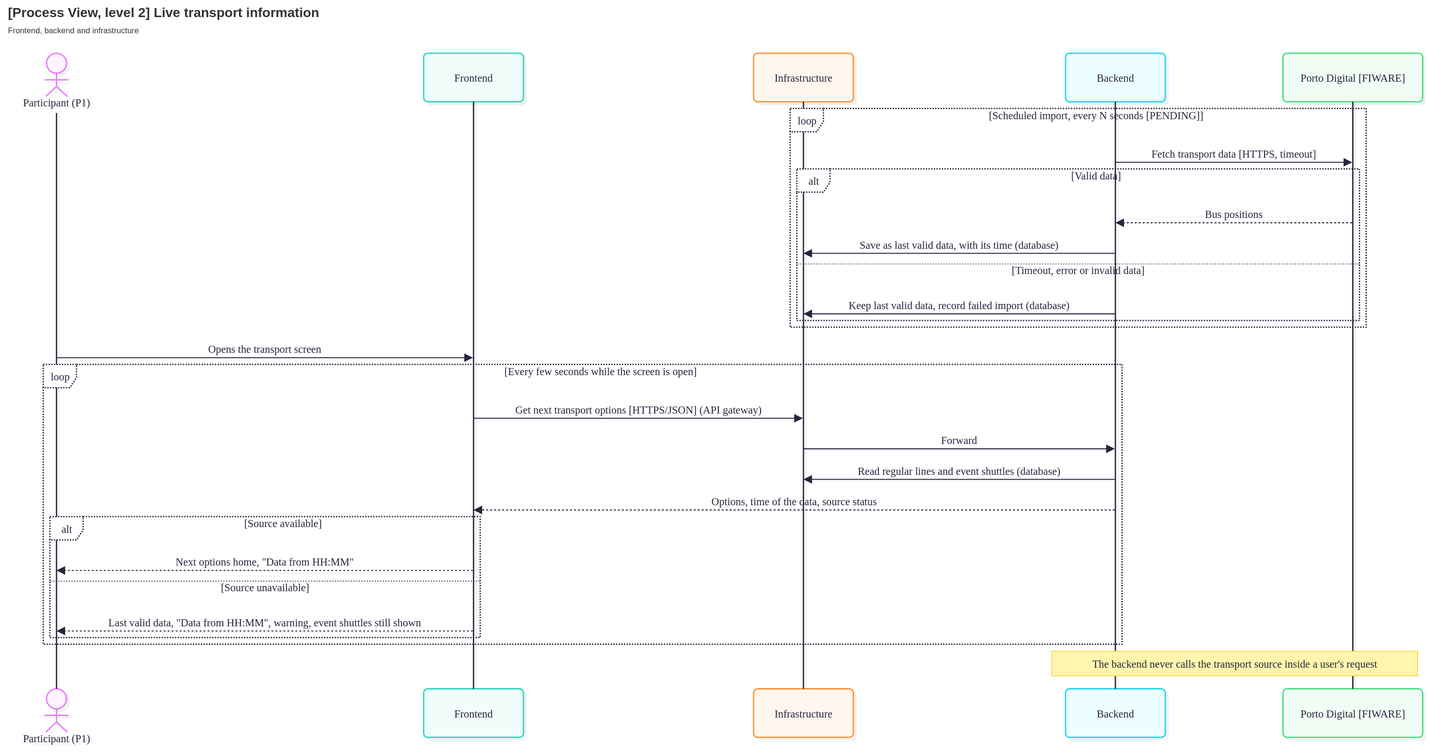
The draw.io diagram Docs/Technical/diagrams/process-view-level-2-transports.drawio.svg in tomasoliveira21/LABDSOF, before a commit. Source tidied: cells renumbered, new cells last; positions are measured from the earlier drawing's top-left corner, leaving out a move shared by most shapes.
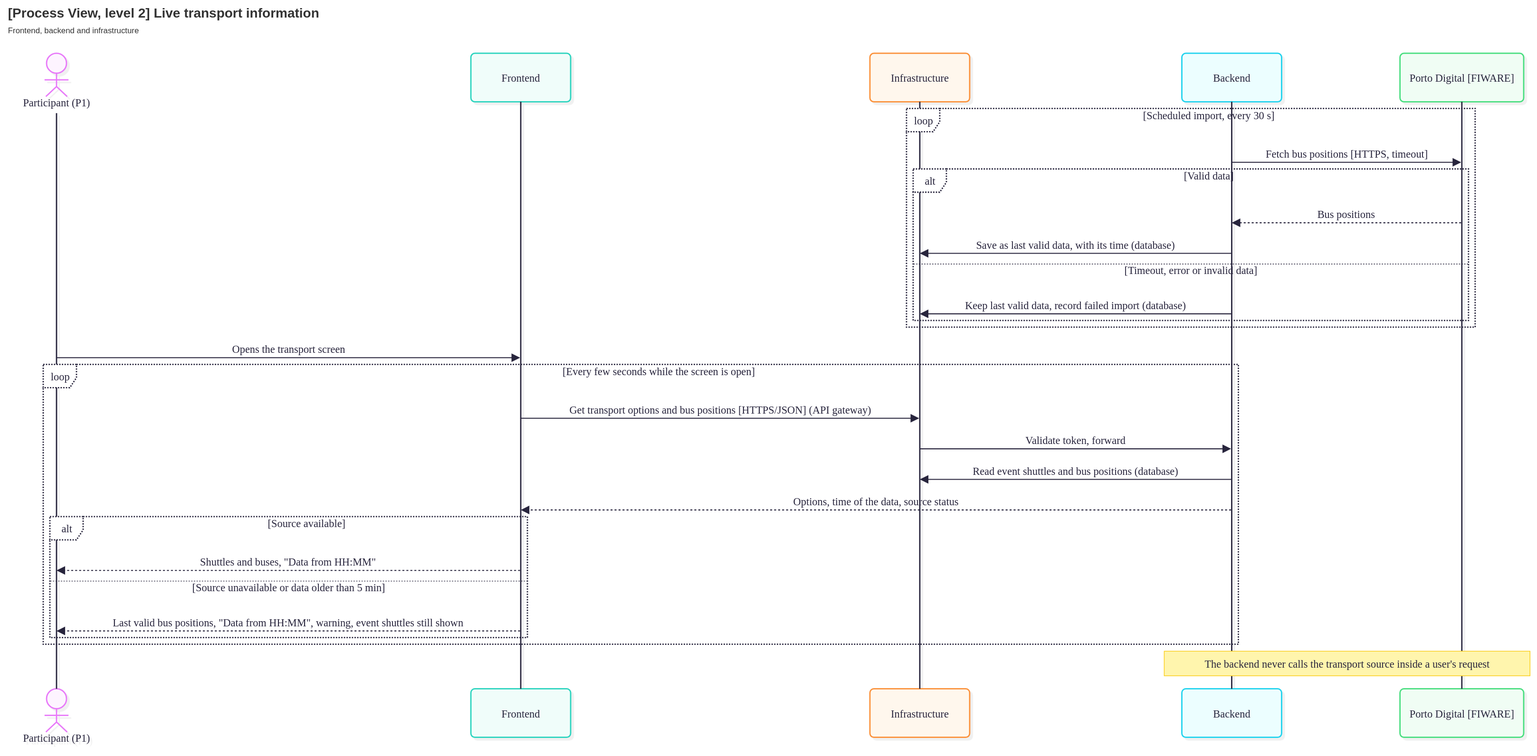
Later version of the same file.

The edit, as a diff of the source:
```diff
@@ -9,132 +9,132 @@
       <mxGeometry width="150" height="1046" as="geometry" />
     </mxCell>
     <mxCell id="4" value="Frontend" style="html=1;shape=umlLifeline;perimeter=lifelinePerimeter;whiteSpace=wrap;outlineConnect=0;portConstraint=eastwest;newEdgeStyle={&quot;edgeStyle&quot;:&quot;sequenceEdgeStyle&quot;,&quot;libavoidRouting&quot;:0,&quot;curved&quot;:0,&quot;rounded&quot;:0};lifelineDashed=0;strokeWidth=2;rounded=1;absoluteArcSize=1;arcSize=12;lifelineColor=#28253D;fillColor=#F0FDFA;strokeColor=#2DD4BF;fontColor=#28253D;size=73;lifelineMirror=1;fontFamily=Recursive;fontSize=16;shadow=1;shadowColor=#000000;shadowOffsetX=4;shadowOffsetY=4;shadowBlur=0;shadowOpacity=6;fontSource=https%3A%2F%2Ffonts.googleapis.com%2Fcss%3Ffamily%3DRecursive;" parent="2" vertex="1">
-      <mxGeometry x="627" width="150" height="1029" as="geometry" />
+      <mxGeometry x="698" width="150" height="1029" as="geometry" />
     </mxCell>
     <mxCell id="5" value="Infrastructure" style="html=1;shape=umlLifeline;perimeter=lifelinePerimeter;whiteSpace=wrap;outlineConnect=0;portConstraint=eastwest;newEdgeStyle={&quot;edgeStyle&quot;:&quot;sequenceEdgeStyle&quot;,&quot;libavoidRouting&quot;:0,&quot;curved&quot;:0,&quot;rounded&quot;:0};lifelineDashed=0;strokeWidth=2;rounded=1;absoluteArcSize=1;arcSize=12;lifelineColor=#28253D;fillColor=#FFF7ED;strokeColor=#FB923C;fontColor=#28253D;size=73;lifelineMirror=1;fontFamily=Recursive;fontSize=16;shadow=1;shadowColor=#000000;shadowOffsetX=4;shadowOffsetY=4;shadowBlur=0;shadowOpacity=6;fontSource=https%3A%2F%2Ffonts.googleapis.com%2Fcss%3Ffamily%3DRecursive;" parent="2" vertex="1">
-      <mxGeometry x="1123" width="150" height="1029" as="geometry" />
+      <mxGeometry x="1298" width="150" height="1029" as="geometry" />
     </mxCell>
     <mxCell id="6" value="Backend" style="html=1;shape=umlLifeline;perimeter=lifelinePerimeter;whiteSpace=wrap;outlineConnect=0;portConstraint=eastwest;newEdgeStyle={&quot;edgeStyle&quot;:&quot;sequenceEdgeStyle&quot;,&quot;libavoidRouting&quot;:0,&quot;curved&quot;:0,&quot;rounded&quot;:0};lifelineDashed=0;strokeWidth=2;rounded=1;absoluteArcSize=1;arcSize=12;lifelineColor=#28253D;fillColor=#ECFEFF;strokeColor=#22D3EE;fontColor=#28253D;size=73;lifelineMirror=1;fontFamily=Recursive;fontSize=16;shadow=1;shadowColor=#000000;shadowOffsetX=4;shadowOffsetY=4;shadowBlur=0;shadowOpacity=6;fontSource=https%3A%2F%2Ffonts.googleapis.com%2Fcss%3Ffamily%3DRecursive;" parent="2" vertex="1">
-      <mxGeometry x="1592" width="150" height="1029" as="geometry" />
+      <mxGeometry x="1767" width="150" height="1029" as="geometry" />
     </mxCell>
     <mxCell id="7" value="Porto Digital [FIWARE]" style="html=1;shape=umlLifeline;perimeter=lifelinePerimeter;whiteSpace=wrap;outlineConnect=0;portConstraint=eastwest;newEdgeStyle={&quot;edgeStyle&quot;:&quot;sequenceEdgeStyle&quot;,&quot;libavoidRouting&quot;:0,&quot;curved&quot;:0,&quot;rounded&quot;:0};lifelineDashed=0;strokeWidth=2;rounded=1;absoluteArcSize=1;arcSize=12;lifelineColor=#28253D;fillColor=#F0FDF4;strokeColor=#4ADE80;fontColor=#28253D;size=73;lifelineMirror=1;fontFamily=Recursive;fontSize=16;shadow=1;shadowColor=#000000;shadowOffsetX=4;shadowOffsetY=4;shadowBlur=0;shadowOpacity=6;fontSource=https%3A%2F%2Ffonts.googleapis.com%2Fcss%3Ffamily%3DRecursive;" parent="2" vertex="1">
-      <mxGeometry x="1919" width="210" height="1029" as="geometry" />
+      <mxGeometry x="2095" width="186" height="1029" as="geometry" />
     </mxCell>
     <mxCell id="8" value="loop" style="html=1;shape=umlFrame;dashed=1;fixDash=1;dashPattern=2 2;strokeWidth=2;fillColor=#ffffff;strokeColor=#28253D;fontSize=16;align=center;verticalAlign=middle;fontFamily=Recursive;fontColor=#28253D;height=35;width=50;fontSource=https%3A%2F%2Ffonts.googleapis.com%2Fcss%3Ffamily%3DRecursive;" parent="2" vertex="1">
-      <mxGeometry x="1178" y="83" width="866" height="329" as="geometry" />
+      <mxGeometry x="1353" y="83" width="855" height="329" as="geometry" />
     </mxCell>
-    <mxCell id="9" value="[Scheduled import, every N seconds [PENDING]]" style="text;strokeColor=none;fillColor=none;align=center;verticalAlign=middle;whiteSpace=wrap;fontSize=16;fontFamily=Recursive;fontColor=#28253D;fontSource=https%3A%2F%2Ffonts.googleapis.com%2Fcss%3Ffamily%3DRecursive;" parent="8" vertex="1">
-      <mxGeometry x="54" y="2" width="812" height="16" as="geometry" />
+    <mxCell id="9" value="[Scheduled import, every 30 s]" style="text;strokeColor=none;fillColor=none;align=center;verticalAlign=middle;whiteSpace=wrap;fontSize=16;fontFamily=Recursive;fontColor=#28253D;fontSource=https%3A%2F%2Ffonts.googleapis.com%2Fcss%3Ffamily%3DRecursive;" parent="8" vertex="1">
+      <mxGeometry x="54" y="2" width="801" height="16" as="geometry" />
     </mxCell>
     <mxCell id="10" value="alt" style="html=1;shape=umlFrame;dashed=1;fixDash=1;dashPattern=2 2;strokeWidth=2;fillColor=#ffffff;strokeColor=#28253D;fontSize=16;align=center;verticalAlign=middle;fontFamily=Recursive;fontColor=#28253D;height=35;width=50;fontSource=https%3A%2F%2Ffonts.googleapis.com%2Fcss%3Ffamily%3DRecursive;" parent="2" vertex="1">
-      <mxGeometry x="1188" y="174" width="846" height="228" as="geometry" />
+      <mxGeometry x="1363" y="174" width="835" height="228" as="geometry" />
     </mxCell>
     <mxCell id="11" value="[Valid data]" style="text;strokeColor=none;fillColor=none;align=center;verticalAlign=middle;whiteSpace=wrap;fontSize=16;fontFamily=Recursive;fontColor=#28253D;fontSource=https%3A%2F%2Ffonts.googleapis.com%2Fcss%3Ffamily%3DRecursive;" parent="10" vertex="1">
-      <mxGeometry x="54" y="2" width="792" height="16" as="geometry" />
+      <mxGeometry x="54" y="2" width="781" height="16" as="geometry" />
     </mxCell>
     <mxCell id="12" style="shape=line;dashed=1;fixDash=1;dashPattern=2 2;strokeColor=#28253D;" parent="10" vertex="1">
-      <mxGeometry y="142" width="846" height="1" as="geometry" />
+      <mxGeometry y="142" width="835" height="1" as="geometry" />
     </mxCell>
     <mxCell id="13" value="[Timeout, error or invalid data]" style="text;strokeColor=none;fillColor=none;align=center;verticalAlign=middle;whiteSpace=wrap;fontSize=16;fontFamily=Recursive;fontColor=#28253D;fontSource=https%3A%2F%2Ffonts.googleapis.com%2Fcss%3Ffamily%3DRecursive;" parent="10" vertex="1">
-      <mxGeometry y="144" width="846" height="16" as="geometry" />
+      <mxGeometry y="144" width="835" height="16" as="geometry" />
     </mxCell>
     <mxCell id="14" value="loop" style="html=1;shape=umlFrame;dashed=1;fixDash=1;dashPattern=2 2;strokeWidth=2;fillColor=#ffffff;strokeColor=#28253D;fontSize=16;align=center;verticalAlign=middle;fontFamily=Recursive;fontColor=#28253D;height=35;width=50;fontSource=https%3A%2F%2Ffonts.googleapis.com%2Fcss%3Ffamily%3DRecursive;" parent="2" vertex="1">
-      <mxGeometry x="55" y="468" width="1622" height="421" as="geometry" />
+      <mxGeometry x="55" y="468" width="1797" height="421" as="geometry" />
     </mxCell>
     <mxCell id="15" value="[Every few seconds while the screen is open]" style="text;strokeColor=none;fillColor=none;align=center;verticalAlign=middle;whiteSpace=wrap;fontSize=16;fontFamily=Recursive;fontColor=#28253D;fontSource=https%3A%2F%2Ffonts.googleapis.com%2Fcss%3Ffamily%3DRecursive;" parent="14" vertex="1">
-      <mxGeometry x="54" y="2" width="1568" height="16" as="geometry" />
+      <mxGeometry x="54" y="2" width="1743" height="16" as="geometry" />
     </mxCell>
     <mxCell id="16" value="alt" style="html=1;shape=umlFrame;dashed=1;fixDash=1;dashPattern=2 2;strokeWidth=2;fillColor=#ffffff;strokeColor=#28253D;fontSize=16;align=center;verticalAlign=middle;fontFamily=Recursive;fontColor=#28253D;height=35;width=50;fontSource=https%3A%2F%2Ffonts.googleapis.com%2Fcss%3Ffamily%3DRecursive;" parent="2" vertex="1">
-      <mxGeometry x="65" y="697" width="647" height="182" as="geometry" />
+      <mxGeometry x="65" y="697" width="718" height="182" as="geometry" />
     </mxCell>
     <mxCell id="17" value="[Source available]" style="text;strokeColor=none;fillColor=none;align=center;verticalAlign=middle;whiteSpace=wrap;fontSize=16;fontFamily=Recursive;fontColor=#28253D;fontSource=https%3A%2F%2Ffonts.googleapis.com%2Fcss%3Ffamily%3DRecursive;" parent="16" vertex="1">
-      <mxGeometry x="54" y="2" width="593" height="16" as="geometry" />
+      <mxGeometry x="54" y="2" width="664" height="16" as="geometry" />
     </mxCell>
     <mxCell id="18" style="shape=line;dashed=1;fixDash=1;dashPattern=2 2;strokeColor=#28253D;" parent="16" vertex="1">
-      <mxGeometry y="96" width="647" height="1" as="geometry" />
+      <mxGeometry y="96" width="718" height="1" as="geometry" />
     </mxCell>
-    <mxCell id="19" value="[Source unavailable]" style="text;strokeColor=none;fillColor=none;align=center;verticalAlign=middle;whiteSpace=wrap;fontSize=16;fontFamily=Recursive;fontColor=#28253D;fontSource=https%3A%2F%2Ffonts.googleapis.com%2Fcss%3Ffamily%3DRecursive;" parent="16" vertex="1">
-      <mxGeometry y="98" width="647" height="16" as="geometry" />
+    <mxCell id="19" value="[Source unavailable or data older than 5 min]" style="text;strokeColor=none;fillColor=none;align=center;verticalAlign=middle;whiteSpace=wrap;fontSize=16;fontFamily=Recursive;fontColor=#28253D;fontSource=https%3A%2F%2Ffonts.googleapis.com%2Fcss%3Ffamily%3DRecursive;" parent="16" vertex="1">
+      <mxGeometry y="98" width="718" height="16" as="geometry" />
     </mxCell>
-    <mxCell id="20" value="Fetch transport data [HTTPS, timeout]" style="endArrow=block;endSize=9;verticalAlign=bottom;spacingBottom=2;edgeStyle=sequenceEdgeStyle;libavoidRouting=0;curved=0;rounded=0;fontSize=16;labelBackgroundColor=none;strokeWidth=1.5;strokeColor=#28253D;fontColor=#28253D;fontFamily=Recursive;fontSource=https%3A%2F%2Ffonts.googleapis.com%2Fcss%3Ffamily%3DRecursive;" parent="2" edge="1" source="6" target="7">
+    <mxCell id="20" value="Fetch bus positions [HTTPS, timeout]" style="endArrow=block;endSize=9;verticalAlign=bottom;spacingBottom=2;edgeStyle=sequenceEdgeStyle;libavoidRouting=0;curved=0;rounded=0;fontSize=16;labelBackgroundColor=none;strokeWidth=1.5;strokeColor=#28253D;fontColor=#28253D;fontFamily=Recursive;fontSource=https%3A%2F%2Ffonts.googleapis.com%2Fcss%3Ffamily%3DRecursive;" parent="2" edge="1" source="6" target="7">
       <mxGeometry relative="1" as="geometry">
         <Array as="points">
-          <mxPoint x="1846" y="164" />
+          <mxPoint x="2015" y="164" />
         </Array>
       </mxGeometry>
     </mxCell>
     <mxCell id="21" value="Bus positions" style="dashed=1;fixDash=1;dashPattern=3 3;endArrow=block;endSize=9;verticalAlign=bottom;spacingBottom=2;edgeStyle=sequenceEdgeStyle;libavoidRouting=0;curved=0;rounded=0;fontSize=16;labelBackgroundColor=none;strokeWidth=1.5;strokeColor=#28253D;fontColor=#28253D;fontFamily=Recursive;fontSource=https%3A%2F%2Ffonts.googleapis.com%2Fcss%3Ffamily%3DRecursive;" parent="2" edge="1" source="7" target="6">
       <mxGeometry relative="1" as="geometry">
         <Array as="points">
-          <mxPoint x="1846" y="255" />
+          <mxPoint x="2015" y="255" />
         </Array>
       </mxGeometry>
     </mxCell>
     <mxCell id="22" value="Save as last valid data, with its time (database)" style="endArrow=block;endSize=9;verticalAlign=bottom;spacingBottom=2;edgeStyle=sequenceEdgeStyle;libavoidRouting=0;curved=0;rounded=0;fontSize=16;labelBackgroundColor=none;strokeWidth=1.5;strokeColor=#28253D;fontColor=#28253D;fontFamily=Recursive;fontSource=https%3A%2F%2Ffonts.googleapis.com%2Fcss%3Ffamily%3DRecursive;" parent="2" edge="1" source="6" target="5">
       <mxGeometry relative="1" as="geometry">
         <Array as="points">
-          <mxPoint x="1433" y="301" />
+          <mxPoint x="1608" y="301" />
         </Array>
       </mxGeometry>
     </mxCell>
     <mxCell id="23" value="Keep last valid data, record failed import (database)" style="endArrow=block;endSize=9;verticalAlign=bottom;spacingBottom=2;edgeStyle=sequenceEdgeStyle;libavoidRouting=0;curved=0;rounded=0;fontSize=16;labelBackgroundColor=none;strokeWidth=1.5;strokeColor=#28253D;fontColor=#28253D;fontFamily=Recursive;fontSource=https%3A%2F%2Ffonts.googleapis.com%2Fcss%3Ffamily%3DRecursive;" parent="2" edge="1" source="6" target="5">
       <mxGeometry relative="1" as="geometry">
         <Array as="points">
-          <mxPoint x="1433" y="392" />
+          <mxPoint x="1608" y="392" />
         </Array>
       </mxGeometry>
     </mxCell>
     <mxCell id="24" value="Opens the transport screen" style="endArrow=block;endSize=9;verticalAlign=bottom;spacingBottom=2;edgeStyle=sequenceEdgeStyle;libavoidRouting=0;curved=0;rounded=0;fontSize=16;labelBackgroundColor=none;strokeWidth=1.5;strokeColor=#28253D;fontColor=#28253D;fontFamily=Recursive;fontSource=https%3A%2F%2Ffonts.googleapis.com%2Fcss%3Ffamily%3DRecursive;" parent="2" edge="1" source="3" target="4">
       <mxGeometry relative="1" as="geometry">
         <Array as="points">
-          <mxPoint x="389" y="458" />
+          <mxPoint x="424" y="458" />
         </Array>
       </mxGeometry>
     </mxCell>
-    <mxCell id="25" value="Get next transport options [HTTPS/JSON] (API gateway)" style="endArrow=block;endSize=9;verticalAlign=bottom;spacingBottom=2;edgeStyle=sequenceEdgeStyle;libavoidRouting=0;curved=0;rounded=0;fontSize=16;labelBackgroundColor=none;strokeWidth=1.5;strokeColor=#28253D;fontColor=#28253D;fontFamily=Recursive;fontSource=https%3A%2F%2Ffonts.googleapis.com%2Fcss%3Ffamily%3DRecursive;" parent="2" edge="1" source="4" target="5">
+    <mxCell id="25" value="Get transport options and bus positions [HTTPS/JSON] (API gateway)" style="endArrow=block;endSize=9;verticalAlign=bottom;spacingBottom=2;edgeStyle=sequenceEdgeStyle;libavoidRouting=0;curved=0;rounded=0;fontSize=16;labelBackgroundColor=none;strokeWidth=1.5;strokeColor=#28253D;fontColor=#28253D;fontFamily=Recursive;fontSource=https%3A%2F%2Ffonts.googleapis.com%2Fcss%3Ffamily%3DRecursive;" parent="2" edge="1" source="4" target="5">
       <mxGeometry relative="1" as="geometry">
         <Array as="points">
-          <mxPoint x="950" y="549" />
+          <mxPoint x="1073" y="549" />
         </Array>
       </mxGeometry>
     </mxCell>
-    <mxCell id="26" value="Forward" style="endArrow=block;endSize=9;verticalAlign=bottom;spacingBottom=2;edgeStyle=sequenceEdgeStyle;libavoidRouting=0;curved=0;rounded=0;fontSize=16;labelBackgroundColor=none;strokeWidth=1.5;strokeColor=#28253D;fontColor=#28253D;fontFamily=Recursive;fontSource=https%3A%2F%2Ffonts.googleapis.com%2Fcss%3Ffamily%3DRecursive;" parent="2" edge="1" source="5" target="6">
+    <mxCell id="26" value="Validate token, forward" style="endArrow=block;endSize=9;verticalAlign=bottom;spacingBottom=2;edgeStyle=sequenceEdgeStyle;libavoidRouting=0;curved=0;rounded=0;fontSize=16;labelBackgroundColor=none;strokeWidth=1.5;strokeColor=#28253D;fontColor=#28253D;fontFamily=Recursive;fontSource=https%3A%2F%2Ffonts.googleapis.com%2Fcss%3Ffamily%3DRecursive;" parent="2" edge="1" source="5" target="6">
       <mxGeometry relative="1" as="geometry">
         <Array as="points">
-          <mxPoint x="1433" y="595" />
+          <mxPoint x="1608" y="595" />
         </Array>
       </mxGeometry>
     </mxCell>
-    <mxCell id="27" value="Read regular lines and event shuttles (database)" style="endArrow=block;endSize=9;verticalAlign=bottom;spacingBottom=2;edgeStyle=sequenceEdgeStyle;libavoidRouting=0;curved=0;rounded=0;fontSize=16;labelBackgroundColor=none;strokeWidth=1.5;strokeColor=#28253D;fontColor=#28253D;fontFamily=Recursive;fontSource=https%3A%2F%2Ffonts.googleapis.com%2Fcss%3Ffamily%3DRecursive;" parent="2" edge="1" source="6" target="5">
+    <mxCell id="27" value="Read event shuttles and bus positions (database)" style="endArrow=block;endSize=9;verticalAlign=bottom;spacingBottom=2;edgeStyle=sequenceEdgeStyle;libavoidRouting=0;curved=0;rounded=0;fontSize=16;labelBackgroundColor=none;strokeWidth=1.5;strokeColor=#28253D;fontColor=#28253D;fontFamily=Recursive;fontSource=https%3A%2F%2Ffonts.googleapis.com%2Fcss%3Ffamily%3DRecursive;" parent="2" edge="1" source="6" target="5">
       <mxGeometry relative="1" as="geometry">
         <Array as="points">
-          <mxPoint x="1433" y="641" />
+          <mxPoint x="1608" y="641" />
         </Array>
       </mxGeometry>
     </mxCell>
     <mxCell id="28" value="Options, time of the data, source status" style="dashed=1;fixDash=1;dashPattern=3 3;endArrow=block;endSize=9;verticalAlign=bottom;spacingBottom=2;edgeStyle=sequenceEdgeStyle;libavoidRouting=0;curved=0;rounded=0;fontSize=16;labelBackgroundColor=none;strokeWidth=1.5;strokeColor=#28253D;fontColor=#28253D;fontFamily=Recursive;fontSource=https%3A%2F%2Ffonts.googleapis.com%2Fcss%3Ffamily%3DRecursive;" parent="2" edge="1" source="6" target="4">
       <mxGeometry relative="1" as="geometry">
         <Array as="points">
-          <mxPoint x="1185" y="687" />
+          <mxPoint x="1308" y="687" />
         </Array>
       </mxGeometry>
     </mxCell>
-    <mxCell id="29" value="Next options home, &quot;Data from HH:MM&quot;" style="dashed=1;fixDash=1;dashPattern=3 3;endArrow=block;endSize=9;verticalAlign=bottom;spacingBottom=2;edgeStyle=sequenceEdgeStyle;libavoidRouting=0;curved=0;rounded=0;fontSize=16;labelBackgroundColor=none;strokeWidth=1.5;strokeColor=#28253D;fontColor=#28253D;fontFamily=Recursive;fontSource=https%3A%2F%2Ffonts.googleapis.com%2Fcss%3Ffamily%3DRecursive;" parent="2" edge="1" source="4" target="3">
+    <mxCell id="29" value="Shuttles and buses, &quot;Data from HH:MM&quot;" style="dashed=1;fixDash=1;dashPattern=3 3;endArrow=block;endSize=9;verticalAlign=bottom;spacingBottom=2;edgeStyle=sequenceEdgeStyle;libavoidRouting=0;curved=0;rounded=0;fontSize=16;labelBackgroundColor=none;strokeWidth=1.5;strokeColor=#28253D;fontColor=#28253D;fontFamily=Recursive;fontSource=https%3A%2F%2Ffonts.googleapis.com%2Fcss%3Ffamily%3DRecursive;" parent="2" edge="1" source="4" target="3">
       <mxGeometry relative="1" as="geometry">
         <Array as="points">
-          <mxPoint x="389" y="778" />
+          <mxPoint x="424" y="778" />
         </Array>
       </mxGeometry>
     </mxCell>
-    <mxCell id="30" value="Last valid data, &quot;Data from HH:MM&quot;, warning, event shuttles still shown" style="dashed=1;fixDash=1;dashPattern=3 3;endArrow=block;endSize=9;verticalAlign=bottom;spacingBottom=2;edgeStyle=sequenceEdgeStyle;libavoidRouting=0;curved=0;rounded=0;fontSize=16;labelBackgroundColor=none;strokeWidth=1.5;strokeColor=#28253D;fontColor=#28253D;fontFamily=Recursive;fontSource=https%3A%2F%2Ffonts.googleapis.com%2Fcss%3Ffamily%3DRecursive;" parent="2" edge="1" source="4" target="3">
+    <mxCell id="30" value="Last valid bus positions, &quot;Data from HH:MM&quot;, warning, event shuttles still shown" style="dashed=1;fixDash=1;dashPattern=3 3;endArrow=block;endSize=9;verticalAlign=bottom;spacingBottom=2;edgeStyle=sequenceEdgeStyle;libavoidRouting=0;curved=0;rounded=0;fontSize=16;labelBackgroundColor=none;strokeWidth=1.5;strokeColor=#28253D;fontColor=#28253D;fontFamily=Recursive;fontSource=https%3A%2F%2Ffonts.googleapis.com%2Fcss%3Ffamily%3DRecursive;" parent="2" edge="1" source="4" target="3">
       <mxGeometry relative="1" as="geometry">
         <Array as="points">
-          <mxPoint x="389" y="869" />
+          <mxPoint x="424" y="869" />
         </Array>
       </mxGeometry>
     </mxCell>
     <mxCell id="31" value="The backend never calls the transport source inside a user's request" style="html=1;fillColor=#fff5ad;strokeColor=#FACC15;fontColor=#28253D;fontFamily=Recursive;fontSize=16;fontSource=https%3A%2F%2Ffonts.googleapis.com%2Fcss%3Ffamily%3DRecursive;" parent="2" vertex="1">
-      <mxGeometry x="1571" y="899" width="550" height="37" as="geometry" />
+      <mxGeometry x="1740" y="899" width="550" height="37" as="geometry" />
     </mxCell>
     <mxCell id="32" value="&lt;b&gt;[Process View, level 2] Live transport information&lt;/b&gt;&lt;br&gt;&lt;font style=&quot;font-size:12px&quot;&gt;Frontend, backend and infrastructure&lt;/font&gt;" style="text;html=1;align=left;verticalAlign=top;fontSize=20;fontColor=#333333;" parent="1" vertex="1">
       <mxGeometry width="1200" height="60" as="geometry" />
```
